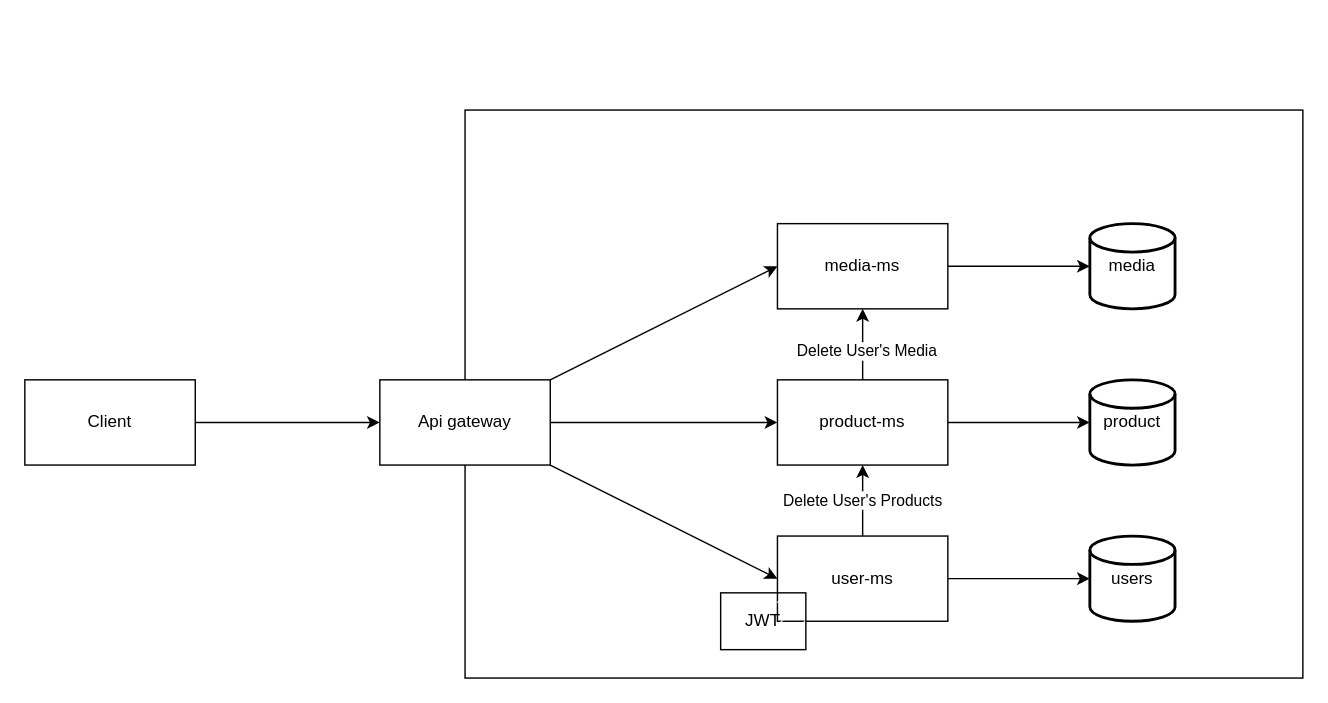
Before: data-flow.drawio in AntonWiklund1/buy-02, a draw.io diagram. Source tidied: cells renumbered, new cells numbered last; positions are measured from the earlier drawing's top-left corner, leaving out a move shared by most shapes. Both pictures are drawn from the tidied source at 142%, with x=0, y=0 at pixel (24, 109).
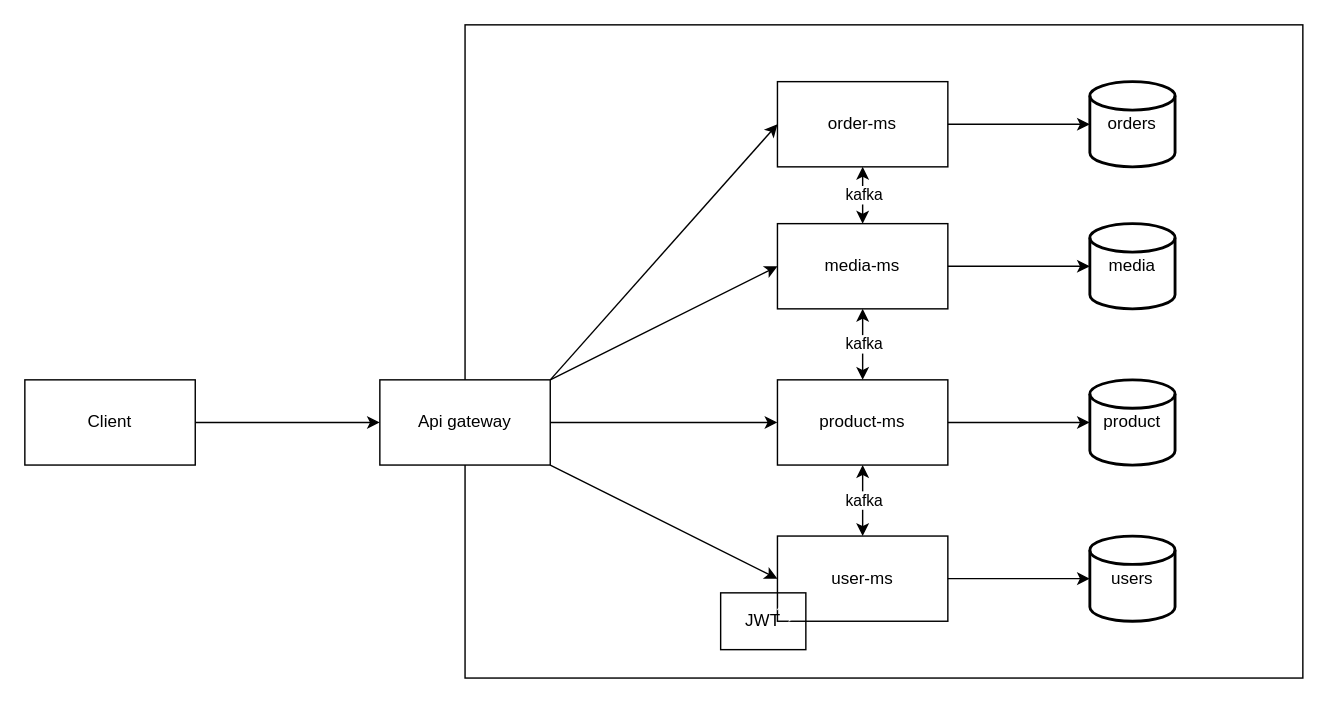
Above is the later version.

Commit message (it also covers changes not shown here):
added function to calculate the total of the order

Unchanged cells that the change refers to:
```xml
<mxCell id="9" value="user-ms" style="rounded=0;whiteSpace=wrap;html=1;glass=0;sketch=0;fillStyle=dashed;" parent="1" vertex="1">
  <mxGeometry x="530" y="300" width="120" height="60" as="geometry" />
</mxCell>
<mxCell id="11" value="product-ms" style="whiteSpace=wrap;html=1;rounded=0;glass=0;sketch=0;fillStyle=dashed;" parent="1" vertex="1">
  <mxGeometry x="530" y="190" width="120" height="60" as="geometry" />
</mxCell>
<mxCell id="15" value="Api gateway" style="whiteSpace=wrap;html=1;" parent="1" vertex="1">
  <mxGeometry x="250" y="190" width="120" height="60" as="geometry" />
</mxCell>
<mxCell id="17" value="media-ms" style="whiteSpace=wrap;html=1;rounded=0;glass=0;sketch=0;fillStyle=dashed;" parent="1" vertex="1">
  <mxGeometry x="530" y="80" width="120" height="60" as="geometry" />
</mxCell>
```

Change to the diagram source:
```diff
@@
     <mxCell id="6" style="rounded=0;whiteSpace=wrap;html=1;glass=0;fillStyle=solid;fillColor=default;" parent="1" vertex="1">
-      <mxGeometry x="310" width="590" height="400" as="geometry" />
+      <mxGeometry x="310" y="-60" width="590" height="460" as="geometry" />
     </mxCell>
@@
-    <mxCell id="8" value="Delete User's Products" style="edgeStyle=none;html=1;entryX=0.5;entryY=1;entryDx=0;entryDy=0;" parent="1" edge="1" source="9" target="11">
-      <mxGeometry relative="1" as="geometry" />
-    </mxCell>
@@
+    <mxCell id="24" style="edgeStyle=none;html=1;exitX=1;exitY=0;exitDx=0;exitDy=0;entryX=0;entryY=0.5;entryDx=0;entryDy=0;" parent="1" edge="1" source="15" target="26">
+      <mxGeometry relative="1" as="geometry" />
+    </mxCell>
@@
+    <mxCell id="25" style="edgeStyle=none;html=1;entryX=0;entryY=0.5;entryDx=0;entryDy=0;entryPerimeter=0;" parent="1" edge="1" source="26" target="27">
+      <mxGeometry relative="1" as="geometry" />
+    </mxCell>
+    <mxCell id="26" value="order-ms" style="whiteSpace=wrap;html=1;rounded=0;glass=0;sketch=0;fillStyle=dashed;" parent="1" vertex="1">
+      <mxGeometry x="530" y="-20" width="120" height="60" as="geometry" />
+    </mxCell>
+    <mxCell id="27" value="orders" style="strokeWidth=2;html=1;shape=mxgraph.flowchart.database;whiteSpace=wrap;rounded=0;glass=0;sketch=0;fillStyle=dashed;" parent="1" vertex="1">
+      <mxGeometry x="750" y="-20" width="60" height="60" as="geometry" />
+    </mxCell>
+    <mxCell id="28" style="endArrow=classic;startArrow=classic;html=1;entryX=0.5;entryY=1;entryDx=0;entryDy=0;exitX=0.5;exitY=0;exitDx=0;exitDy=0;" parent="1" edge="1" source="17" target="26">
+      <mxGeometry relative="1" as="geometry" />
+    </mxCell>
-    <mxCell id="22" value="&lt;br&gt;&lt;br style=&quot;border-color: rgb(0, 0, 0); color: rgb(240, 240, 240); font-family: Helvetica; font-size: 11px; font-style: normal; font-variant-ligatures: normal; font-variant-caps: normal; font-weight: 400; letter-spacing: normal; orphans: 2; text-align: center; text-indent: 0px; text-transform: none; widows: 2; word-spacing: 0px; -webkit-text-stroke-width: 0px; text-decoration-thickness: initial; text-decoration-style: initial; text-decoration-color: initial;&quot;&gt;&lt;br&gt;" style="edgeStyle=none;html=1;entryX=0.5;entryY=1;entryDx=0;entryDy=0;" parent="1" edge="1" source="11" target="17">
+    <mxCell id="22" style="endArrow=classic;startArrow=classic;html=1;entryX=0.5;entryY=1;entryDx=0;entryDy=0;exitX=0.5;exitY=0;exitDx=0;exitDy=0;" parent="1" edge="1" source="11" target="17">
       <mxGeometry relative="1" as="geometry" />
     </mxCell>
-    <mxCell id="23" value="Delete User's Media" style="edgeLabel;html=1;align=center;verticalAlign=middle;" parent="22" vertex="1">
-      <mxGeometry x="-0.51" y="-2" relative="1" as="geometry">
-        <mxPoint y="-9" as="offset" />
-      </mxGeometry>
-    </mxCell>
+    <mxCell id="8" style="endArrow=classic;startArrow=classic;html=1;entryX=0.5;entryY=1;entryDx=0;entryDy=0;exitX=0.5;exitY=0;exitDx=0;exitDy=0;" parent="1" edge="1" source="9" target="11">
+      <mxGeometry relative="1" as="geometry" />
+    </mxCell>
+    <mxCell id="29" value="kafka" style="edgeLabel;html=1;align=center;verticalAlign=middle;" parent="8" vertex="1">
+      <mxGeometry x="0.23" y="-1" relative="1" as="geometry">
+        <mxPoint x="-1" y="-105" as="offset" />
+      </mxGeometry>
+    </mxCell>
+    <mxCell id="30" value="kafka" style="edgeLabel;html=1;align=center;verticalAlign=middle;" parent="1" vertex="1">
+      <mxGeometry x="590" y="274" as="geometry" />
+    </mxCell>
+    <mxCell id="31" value="kafka" style="edgeLabel;html=1;align=center;verticalAlign=middle;" parent="1" vertex="1">
+      <mxGeometry x="608" y="120" as="geometry">
+        <mxPoint x="-18" y="-61" as="offset" />
+      </mxGeometry>
+    </mxCell>
```
